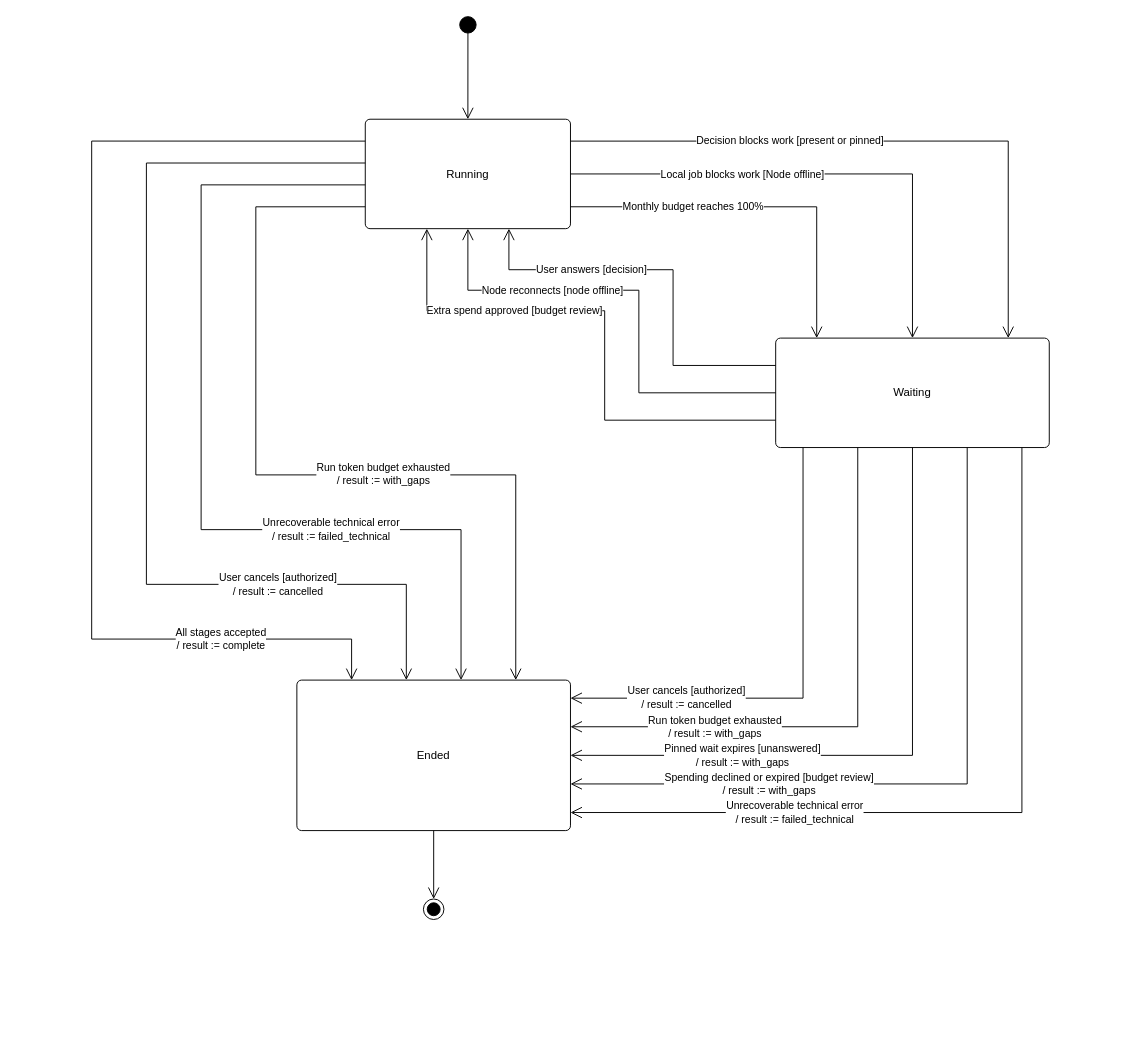
Before: page "Research Run Orchestration" (4 of 9) of diagrams/09-state-machine/State-Machine-Diagrams.drawio in openai-scientist/docs, a draw.io diagram. Source tidied: cells renumbered, new cells numbered last; positions are measured from the earlier drawing's top-left corner, leaving out a move shared by most shapes. Both pictures are drawn from the tidied source at 95%, with x=0, y=0 at pixel (91, 16).
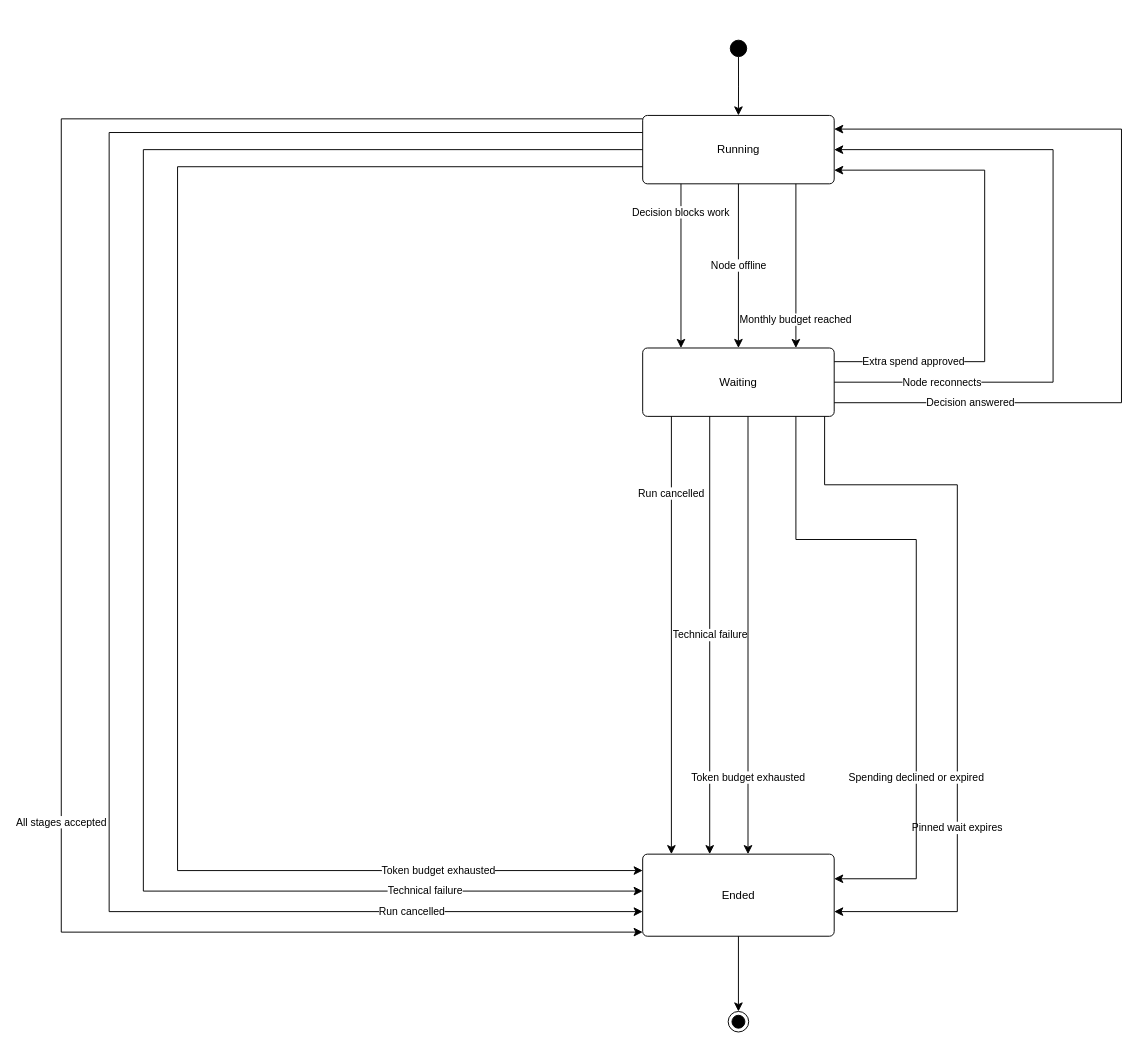
The same diagram, later.

The edit, as a diff of the source:
```diff
@@
     <mxCell id="2" style="html=1;fontFamily=Arial;fontColor=#000000;strokeColor=#000000;fillColor=#ffffff;strokeWidth=1;ellipse;fillColor=#000000;fontSize=12;" parent="1" vertex="1">
-      <mxGeometry x="387.4" width="17.3" height="17.3" as="geometry" />
+      <mxGeometry x="672.2" y="24.8" width="17.3" height="17.3" as="geometry" />
     </mxCell>
     <mxCell id="3" value="Running" style="html=1;fontFamily=Arial;fontColor=#000000;strokeColor=#000000;fillColor=#ffffff;strokeWidth=1;rounded=1;absoluteArcSize=1;arcSize=10;whiteSpace=wrap;fontSize=12;" parent="1" vertex="1">
-      <mxGeometry x="288" y="108" width="216" height="115.2" as="geometry" />
+      <mxGeometry x="580" y="104" width="201.6" height="72" as="geometry" />
     </mxCell>
     <mxCell id="4" value="Waiting" style="html=1;fontFamily=Arial;fontColor=#000000;strokeColor=#000000;fillColor=#ffffff;strokeWidth=1;rounded=1;absoluteArcSize=1;arcSize=10;whiteSpace=wrap;fontSize=12;" parent="1" vertex="1">
-      <mxGeometry x="720" y="338.4" width="288" height="115.2" as="geometry" />
+      <mxGeometry x="580" y="348.8" width="201.6" height="72" as="geometry" />
     </mxCell>
     <mxCell id="5" value="Ended" style="html=1;fontFamily=Arial;fontColor=#000000;strokeColor=#000000;fillColor=#ffffff;strokeWidth=1;rounded=1;absoluteArcSize=1;arcSize=10;whiteSpace=wrap;fontSize=12;" parent="1" vertex="1">
-      <mxGeometry x="216" y="698.4" width="288" height="158.4" as="geometry" />
+      <mxGeometry x="580" y="881.6" width="201.6" height="86.4" as="geometry" />
     </mxCell>
     <mxCell id="6" style="html=1;fontFamily=Arial;fontColor=#000000;strokeColor=#000000;fillColor=#ffffff;strokeWidth=1;ellipse;shape=endState;fillColor=#000000;fontSize=12;" parent="1" vertex="1">
-      <mxGeometry x="349.2" y="928.8" width="21.6" height="21.6" as="geometry" />
+      <mxGeometry x="670" y="1047.2" width="21.6" height="21.6" as="geometry" />
     </mxCell>
-    <mxCell id="7" style="html=1;fontFamily=Arial;fontColor=#000000;strokeColor=#000000;fillColor=#ffffff;strokeWidth=1;edgeStyle=orthogonalEdgeStyle;rounded=0;jettySize=auto;endArrow=open;endSize=10;endFill=0;dashed=0;labelBackgroundColor=#ffffff;align=center;verticalAlign=middle;exitX=0.5;exitY=1;entryX=0.5;entryY=0;exitPerimeter=1;entryPerimeter=1;fontSize=11;" parent="1" edge="1" source="2" target="3">
+    <mxCell id="7" style="html=1;fontFamily=Arial;fontColor=#000000;strokeColor=#000000;fillColor=#ffffff;strokeWidth=1;edgeStyle=orthogonalEdgeStyle;rounded=0;jettySize=auto;endArrow=classic;endSize=7;endFill=1;dashed=0;labelBackgroundColor=#ffffff;align=center;verticalAlign=middle;exitX=0.5;exitY=1;entryX=0.5;entryY=0;exitPerimeter=1;entryPerimeter=1;fontSize=11;" parent="1" edge="1" source="2" target="3">
       <mxGeometry relative="1" as="geometry" />
     </mxCell>
-    <mxCell id="8" value="Decision blocks work [present or pinned]" style="html=1;fontFamily=Arial;fontColor=#000000;strokeColor=#000000;fillColor=#ffffff;strokeWidth=1;edgeStyle=orthogonalEdgeStyle;rounded=0;jettySize=auto;endArrow=open;endSize=10;endFill=0;dashed=0;labelBackgroundColor=#ffffff;align=center;verticalAlign=middle;exitX=1;exitY=0.2;entryX=0.85;entryY=0;exitPerimeter=1;entryPerimeter=1;fontSize=11;" parent="1" edge="1" source="3" target="4">
-      <mxGeometry x="-0.31" relative="1" as="geometry">
-        <Array as="points">
-          <mxPoint x="964.8" y="131" />
-        </Array>
-      </mxGeometry>
+    <mxCell id="8" value="Decision blocks work" style="html=1;fontFamily=Arial;fontColor=#000000;strokeColor=#000000;fillColor=#ffffff;strokeWidth=1;edgeStyle=orthogonalEdgeStyle;rounded=0;jettySize=auto;endArrow=classic;endSize=7;endFill=1;dashed=0;labelBackgroundColor=#ffffff;align=center;verticalAlign=middle;exitX=0.2;exitY=1;entryX=0.2;entryY=0;exitPerimeter=1;entryPerimeter=1;fontSize=11;" parent="1" edge="1" source="3" target="4">
+      <mxGeometry x="-0.65" relative="1" as="geometry" />
     </mxCell>
-    <mxCell id="9" value="Local job blocks work [Node offline]" style="html=1;fontFamily=Arial;fontColor=#000000;strokeColor=#000000;fillColor=#ffffff;strokeWidth=1;edgeStyle=orthogonalEdgeStyle;rounded=0;jettySize=auto;endArrow=open;endSize=10;endFill=0;dashed=0;labelBackgroundColor=#ffffff;align=center;verticalAlign=middle;exitX=1;exitY=0.5;entryX=0.5;entryY=0;exitPerimeter=1;entryPerimeter=1;fontSize=11;" parent="1" edge="1" source="3" target="4">
-      <mxGeometry x="-0.32" relative="1" as="geometry">
-        <Array as="points">
-          <mxPoint x="864" y="165.6" />
-        </Array>
-      </mxGeometry>
+    <mxCell id="9" value="Node offline" style="html=1;fontFamily=Arial;fontColor=#000000;strokeColor=#000000;fillColor=#ffffff;strokeWidth=1;edgeStyle=orthogonalEdgeStyle;rounded=0;jettySize=auto;endArrow=classic;endSize=7;endFill=1;dashed=0;labelBackgroundColor=#ffffff;align=center;verticalAlign=middle;exitX=0.5;exitY=1;entryX=0.5;entryY=0;exitPerimeter=1;entryPerimeter=1;fontSize=11;" parent="1" edge="1" source="3" target="4">
+      <mxGeometry relative="1" as="geometry" />
     </mxCell>
-    <mxCell id="10" value="Monthly budget reaches 100%" style="html=1;fontFamily=Arial;fontColor=#000000;strokeColor=#000000;fillColor=#ffffff;strokeWidth=1;edgeStyle=orthogonalEdgeStyle;rounded=0;jettySize=auto;endArrow=open;endSize=10;endFill=0;dashed=0;labelBackgroundColor=#ffffff;align=center;verticalAlign=middle;exitX=1;exitY=0.8;entryX=0.15;entryY=0;exitPerimeter=1;entryPerimeter=1;fontSize=11;" parent="1" edge="1" source="3" target="4">
-      <mxGeometry x="-0.35" relative="1" as="geometry">
-        <Array as="points">
-          <mxPoint x="763.2" y="200.2" />
-        </Array>
-      </mxGeometry>
+    <mxCell id="10" value="Monthly budget reached" style="html=1;fontFamily=Arial;fontColor=#000000;strokeColor=#000000;fillColor=#ffffff;strokeWidth=1;edgeStyle=orthogonalEdgeStyle;rounded=0;jettySize=auto;endArrow=classic;endSize=7;endFill=1;dashed=0;labelBackgroundColor=#ffffff;align=center;verticalAlign=middle;exitX=0.8;exitY=1;entryX=0.8;entryY=0;exitPerimeter=1;entryPerimeter=1;fontSize=11;" parent="1" edge="1" source="3" target="4">
+      <mxGeometry x="0.65" relative="1" as="geometry" />
     </mxCell>
-    <mxCell id="11" value="User answers [decision]" style="html=1;fontFamily=Arial;fontColor=#000000;strokeColor=#000000;fillColor=#ffffff;strokeWidth=1;edgeStyle=orthogonalEdgeStyle;rounded=0;jettySize=auto;endArrow=open;endSize=10;endFill=0;dashed=0;labelBackgroundColor=#ffffff;align=center;verticalAlign=middle;exitX=0;exitY=0.25;entryX=0.7;entryY=1;exitPerimeter=1;entryPerimeter=1;fontSize=11;" parent="1" edge="1" source="4" target="3">
-      <mxGeometry x="0.39" relative="1" as="geometry">
+    <mxCell id="11" value="Decision answered" style="html=1;fontFamily=Arial;fontColor=#000000;strokeColor=#000000;fillColor=#ffffff;strokeWidth=1;edgeStyle=orthogonalEdgeStyle;rounded=0;jettySize=auto;endArrow=classic;endSize=7;endFill=1;dashed=0;labelBackgroundColor=#ffffff;align=center;verticalAlign=middle;exitX=1;exitY=0.8;entryX=1;entryY=0.2;exitPerimeter=1;entryPerimeter=1;fontSize=11;" parent="1" edge="1" source="4" target="3">
+      <mxGeometry x="-0.68" relative="1" as="geometry">
         <Array as="points">
-          <mxPoint x="612" y="367.2" />
-          <mxPoint x="612" y="266.4" />
-          <mxPoint x="439.2" y="266.4" />
+          <mxPoint x="1084" y="406.4" />
+          <mxPoint x="1084" y="118.4" />
         </Array>
       </mxGeometry>
     </mxCell>
-    <mxCell id="12" value="Node reconnects [node offline]" style="html=1;fontFamily=Arial;fontColor=#000000;strokeColor=#000000;fillColor=#ffffff;strokeWidth=1;edgeStyle=orthogonalEdgeStyle;rounded=0;jettySize=auto;endArrow=open;endSize=10;endFill=0;dashed=0;labelBackgroundColor=#ffffff;align=center;verticalAlign=middle;exitX=0;exitY=0.5;entryX=0.5;entryY=1;exitPerimeter=1;entryPerimeter=1;fontSize=11;" parent="1" edge="1" source="4" target="3">
-      <mxGeometry x="0.38" relative="1" as="geometry">
+    <mxCell id="12" value="Node reconnects" style="html=1;fontFamily=Arial;fontColor=#000000;strokeColor=#000000;fillColor=#ffffff;strokeWidth=1;edgeStyle=orthogonalEdgeStyle;rounded=0;jettySize=auto;endArrow=classic;endSize=7;endFill=1;dashed=0;labelBackgroundColor=#ffffff;align=center;verticalAlign=middle;exitX=1;exitY=0.5;entryX=1;entryY=0.5;exitPerimeter=1;entryPerimeter=1;fontSize=11;" parent="1" edge="1" source="4" target="3">
+      <mxGeometry x="-0.68" relative="1" as="geometry">
         <Array as="points">
-          <mxPoint x="576" y="396" />
-          <mxPoint x="576" y="288" />
-          <mxPoint x="396" y="288" />
+          <mxPoint x="1012" y="384.8" />
+          <mxPoint x="1012" y="140" />
         </Array>
       </mxGeometry>
     </mxCell>
-    <mxCell id="13" value="Extra spend approved [budget review]" style="html=1;fontFamily=Arial;fontColor=#000000;strokeColor=#000000;fillColor=#ffffff;strokeWidth=1;edgeStyle=orthogonalEdgeStyle;rounded=0;jettySize=auto;endArrow=open;endSize=10;endFill=0;dashed=0;labelBackgroundColor=#ffffff;align=center;verticalAlign=middle;exitX=0;exitY=0.75;entryX=0.3;entryY=1;exitPerimeter=1;entryPerimeter=1;fontSize=11;" parent="1" edge="1" source="4" target="3">
-      <mxGeometry x="0.37" relative="1" as="geometry">
+    <mxCell id="13" value="Extra spend approved" style="html=1;fontFamily=Arial;fontColor=#000000;strokeColor=#000000;fillColor=#ffffff;strokeWidth=1;edgeStyle=orthogonalEdgeStyle;rounded=0;jettySize=auto;endArrow=classic;endSize=7;endFill=1;dashed=0;labelBackgroundColor=#ffffff;align=center;verticalAlign=middle;exitX=1;exitY=0.2;entryX=1;entryY=0.8;exitPerimeter=1;entryPerimeter=1;fontSize=11;" parent="1" edge="1" source="4" target="3">
+      <mxGeometry x="-0.68" relative="1" as="geometry">
         <Array as="points">
-          <mxPoint x="540" y="424.8" />
-          <mxPoint x="540" y="309.6" />
-          <mxPoint x="352.8" y="309.6" />
+          <mxPoint x="940" y="363.2" />
+          <mxPoint x="940" y="161.6" />
         </Array>
       </mxGeometry>
     </mxCell>
-    <mxCell id="14" value="All stages accepted&#10;/ result := complete" style="html=1;fontFamily=Arial;fontColor=#000000;strokeColor=#000000;fillColor=#ffffff;strokeWidth=1;edgeStyle=orthogonalEdgeStyle;rounded=0;jettySize=auto;endArrow=open;endSize=10;endFill=0;dashed=0;labelBackgroundColor=#ffffff;align=center;verticalAlign=middle;exitX=0;exitY=0.2;entryX=0.2;entryY=0;exitPerimeter=1;entryPerimeter=1;fontSize=11;" parent="1" edge="1" source="3" target="5">
-      <mxGeometry x="0.68" relative="1" as="geometry">
+    <mxCell id="14" value="All stages accepted" style="html=1;fontFamily=Arial;fontColor=#000000;strokeColor=#000000;fillColor=#ffffff;strokeWidth=1;edgeStyle=orthogonalEdgeStyle;rounded=0;jettySize=auto;endArrow=classic;endSize=7;endFill=1;dashed=0;labelBackgroundColor=#ffffff;align=center;verticalAlign=middle;exitX=0;exitY=0.05;entryX=0;entryY=0.95;exitPerimeter=1;entryPerimeter=1;fontSize=11;" parent="1" edge="1" source="3" target="5">
+      <mxGeometry x="0.3" relative="1" as="geometry">
         <Array as="points">
-          <mxPoint y="131" />
-          <mxPoint y="655.2" />
-          <mxPoint x="273.6" y="655.2" />
+          <mxPoint x="-32" y="107.6" />
+          <mxPoint x="-32" y="963.7" />
         </Array>
       </mxGeometry>
     </mxCell>
-    <mxCell id="15" value="User cancels [authorized]&#10;/ result := cancelled" style="html=1;fontFamily=Arial;fontColor=#000000;strokeColor=#000000;fillColor=#ffffff;strokeWidth=1;edgeStyle=orthogonalEdgeStyle;rounded=0;jettySize=auto;endArrow=open;endSize=10;endFill=0;dashed=0;labelBackgroundColor=#ffffff;align=center;verticalAlign=middle;exitX=0;exitY=0.4;entryX=0.4;entryY=0;exitPerimeter=1;entryPerimeter=1;fontSize=11;" parent="1" edge="1" source="3" target="5">
-      <mxGeometry x="0.55" relative="1" as="geometry">
-        <Array as="points">
-          <mxPoint x="57.6" y="154.1" />
-          <mxPoint x="57.6" y="597.6" />
-          <mxPoint x="331.2" y="597.6" />
-        </Array>
-      </mxGeometry>
-    </mxCell>
-    <mxCell id="16" value="Unrecoverable technical error&#10;/ result := failed_technical" style="html=1;fontFamily=Arial;fontColor=#000000;strokeColor=#000000;fillColor=#ffffff;strokeWidth=1;edgeStyle=orthogonalEdgeStyle;rounded=0;jettySize=auto;endArrow=open;endSize=10;endFill=0;dashed=0;labelBackgroundColor=#ffffff;align=center;verticalAlign=middle;exitX=0;exitY=0.6;entryX=0.6;entryY=0;exitPerimeter=1;entryPerimeter=1;fontSize=11;" parent="1" edge="1" source="3" target="5">
-      <mxGeometry x="0.39" relative="1" as="geometry">
-        <Array as="points">
-          <mxPoint x="115.2" y="177.1" />
-          <mxPoint x="115.2" y="540" />
-          <mxPoint x="388.8" y="540" />
-        </Array>
-      </mxGeometry>
-    </mxCell>
-    <mxCell id="17" value="Run token budget exhausted&#10;/ result := with_gaps" style="html=1;fontFamily=Arial;fontColor=#000000;strokeColor=#000000;fillColor=#ffffff;strokeWidth=1;edgeStyle=orthogonalEdgeStyle;rounded=0;jettySize=auto;endArrow=open;endSize=10;endFill=0;dashed=0;labelBackgroundColor=#ffffff;align=center;verticalAlign=middle;exitX=0;exitY=0.8;entryX=0.8;entryY=0;exitPerimeter=1;entryPerimeter=1;fontSize=11;" parent="1" edge="1" source="3" target="5">
-      <mxGeometry x="0.2" relative="1" as="geometry">
-        <Array as="points">
-          <mxPoint x="172.8" y="200.2" />
-          <mxPoint x="172.8" y="482.4" />
-          <mxPoint x="446.4" y="482.4" />
-        </Array>
-      </mxGeometry>
-    </mxCell>
-    <mxCell id="18" value="User cancels [authorized]&#10;/ result := cancelled" style="html=1;fontFamily=Arial;fontColor=#000000;strokeColor=#000000;fillColor=#ffffff;strokeWidth=1;edgeStyle=orthogonalEdgeStyle;rounded=0;jettySize=auto;endArrow=open;endSize=10;endFill=0;dashed=0;labelBackgroundColor=#ffffff;align=center;verticalAlign=middle;exitX=0.1;exitY=1;entryX=1;entryY=0.12;exitPerimeter=1;entryPerimeter=1;fontSize=11;" parent="1" edge="1" source="4" target="5">
-      <mxGeometry x="0.52" relative="1" as="geometry">
-        <Array as="points">
-          <mxPoint x="748.8" y="717.4" />
-        </Array>
-      </mxGeometry>
-    </mxCell>
-    <mxCell id="19" value="Run token budget exhausted&#10;/ result := with_gaps" style="html=1;fontFamily=Arial;fontColor=#000000;strokeColor=#000000;fillColor=#ffffff;strokeWidth=1;edgeStyle=orthogonalEdgeStyle;rounded=0;jettySize=auto;endArrow=open;endSize=10;endFill=0;dashed=0;labelBackgroundColor=#ffffff;align=center;verticalAlign=middle;exitX=0.30000000000000004;exitY=1;entryX=1;entryY=0.31;exitPerimeter=1;entryPerimeter=1;fontSize=11;" parent="1" edge="1" source="4" target="5">
-      <mxGeometry x="0.49" relative="1" as="geometry">
-        <Array as="points">
-          <mxPoint x="806.4" y="747.5" />
-        </Array>
-      </mxGeometry>
-    </mxCell>
-    <mxCell id="20" value="Pinned wait expires [unanswered]&#10;/ result := with_gaps" style="html=1;fontFamily=Arial;fontColor=#000000;strokeColor=#000000;fillColor=#ffffff;strokeWidth=1;edgeStyle=orthogonalEdgeStyle;rounded=0;jettySize=auto;endArrow=open;endSize=10;endFill=0;dashed=0;labelBackgroundColor=#ffffff;align=center;verticalAlign=middle;exitX=0.5;exitY=1;entryX=1;entryY=0.5;exitPerimeter=1;entryPerimeter=1;fontSize=11;" parent="1" edge="1" source="4" target="5">
-      <mxGeometry x="0.47" relative="1" as="geometry">
+    <mxCell id="20" value="Pinned wait expires" style="html=1;fontFamily=Arial;fontColor=#000000;strokeColor=#000000;fillColor=#ffffff;strokeWidth=1;edgeStyle=orthogonalEdgeStyle;rounded=0;jettySize=auto;endArrow=classic;endSize=7;endFill=1;dashed=0;labelBackgroundColor=#ffffff;align=center;verticalAlign=middle;exitX=0.95;exitY=1;entryX=1;entryY=0.7;exitPerimeter=1;entryPerimeter=1;fontSize=11;" parent="1" edge="1" source="4" target="5">
+      <mxGeometry x="0.45" relative="1" as="geometry">
         <Array as="points">
-          <mxPoint x="864" y="777.6" />
+          <mxPoint x="771.5" y="492.8" />
+          <mxPoint x="911.2" y="492.8" />
+          <mxPoint x="911.2" y="942.1" />
         </Array>
       </mxGeometry>
     </mxCell>
-    <mxCell id="21" value="Spending declined or expired [budget review]&#10;/ result := with_gaps" style="html=1;fontFamily=Arial;fontColor=#000000;strokeColor=#000000;fillColor=#ffffff;strokeWidth=1;edgeStyle=orthogonalEdgeStyle;rounded=0;jettySize=auto;endArrow=open;endSize=10;endFill=0;dashed=0;labelBackgroundColor=#ffffff;align=center;verticalAlign=middle;exitX=0.7000000000000001;exitY=1;entryX=1;entryY=0.6900000000000001;exitPerimeter=1;entryPerimeter=1;fontSize=11;" parent="1" edge="1" source="4" target="5">
-      <mxGeometry x="0.46" relative="1" as="geometry">
+    <mxCell id="21" value="Spending declined or expired" style="html=1;fontFamily=Arial;fontColor=#000000;strokeColor=#000000;fillColor=#ffffff;strokeWidth=1;edgeStyle=orthogonalEdgeStyle;rounded=0;jettySize=auto;endArrow=classic;endSize=7;endFill=1;dashed=0;labelBackgroundColor=#ffffff;align=center;verticalAlign=middle;exitX=0.8;exitY=1;entryX=1;entryY=0.3;exitPerimeter=1;entryPerimeter=1;fontSize=11;" parent="1" edge="1" source="4" target="5">
+      <mxGeometry x="0.45" relative="1" as="geometry">
         <Array as="points">
-          <mxPoint x="921.6" y="807.7" />
+          <mxPoint x="741.3" y="550.4" />
+          <mxPoint x="868" y="550.4" />
+          <mxPoint x="868" y="907.5" />
         </Array>
       </mxGeometry>
     </mxCell>
-    <mxCell id="22" value="Unrecoverable technical error&#10;/ result := failed_technical" style="html=1;fontFamily=Arial;fontColor=#000000;strokeColor=#000000;fillColor=#ffffff;strokeWidth=1;edgeStyle=orthogonalEdgeStyle;rounded=0;jettySize=auto;endArrow=open;endSize=10;endFill=0;dashed=0;labelBackgroundColor=#ffffff;align=center;verticalAlign=middle;exitX=0.9;exitY=1;entryX=1;entryY=0.88;exitPerimeter=1;entryPerimeter=1;fontSize=11;" parent="1" edge="1" source="4" target="5">
-      <mxGeometry x="0.45" relative="1" as="geometry">
-        <Array as="points">
-          <mxPoint x="979.2" y="837.8" />
-        </Array>
-      </mxGeometry>
-    </mxCell>
-    <mxCell id="23" style="html=1;fontFamily=Arial;fontColor=#000000;strokeColor=#000000;fillColor=#ffffff;strokeWidth=1;edgeStyle=orthogonalEdgeStyle;rounded=0;jettySize=auto;endArrow=open;endSize=10;endFill=0;dashed=0;labelBackgroundColor=#ffffff;align=center;verticalAlign=middle;exitX=0.5;exitY=1;entryX=0.5;entryY=0;exitPerimeter=1;entryPerimeter=1;fontSize=11;" parent="1" edge="1" source="5" target="6">
+    <mxCell id="23" style="html=1;fontFamily=Arial;fontColor=#000000;strokeColor=#000000;fillColor=#ffffff;strokeWidth=1;edgeStyle=orthogonalEdgeStyle;rounded=0;jettySize=auto;endArrow=classic;endSize=7;endFill=1;dashed=0;labelBackgroundColor=#ffffff;align=center;verticalAlign=middle;exitX=0.5;exitY=1;entryX=0.5;entryY=0;exitPerimeter=1;entryPerimeter=1;fontSize=11;" parent="1" edge="1" source="5" target="6">
       <mxGeometry relative="1" as="geometry" />
     </mxCell>
+    <mxCell id="24" value="Run cancelled" style="html=1;fontFamily=Arial;fontColor=#000000;strokeColor=#000000;fillColor=#ffffff;strokeWidth=1;edgeStyle=orthogonalEdgeStyle;rounded=0;endArrow=classic;endSize=7;endFill=1;labelBackgroundColor=#ffffff;exitX=0;exitY=0.25;entryX=0;entryY=0.7;exitPerimeter=1;entryPerimeter=1;fontSize=11;" parent="1" edge="1" source="3" target="5">
+      <mxGeometry x="0.75" relative="1" as="geometry">
+        <Array as="points">
+          <mxPoint x="18.4" y="122" />
+          <mxPoint x="18.4" y="942.1" />
+        </Array>
+      </mxGeometry>
+    </mxCell>
+    <mxCell id="25" value="Run cancelled" style="html=1;fontFamily=Arial;fontColor=#000000;strokeColor=#000000;fillColor=#ffffff;strokeWidth=1;edgeStyle=orthogonalEdgeStyle;rounded=0;endArrow=classic;endSize=7;endFill=1;labelBackgroundColor=#ffffff;exitX=0.15;exitY=1;entryX=0.15;entryY=0;exitPerimeter=1;entryPerimeter=1;fontSize=11;" parent="1" edge="1" source="4" target="5">
+      <mxGeometry x="-0.65" relative="1" as="geometry" />
+    </mxCell>
+    <mxCell id="26" value="Technical failure" style="html=1;fontFamily=Arial;fontColor=#000000;strokeColor=#000000;fillColor=#ffffff;strokeWidth=1;edgeStyle=orthogonalEdgeStyle;rounded=0;endArrow=classic;endSize=7;endFill=1;labelBackgroundColor=#ffffff;exitX=0;exitY=0.5;entryX=0;entryY=0.44999999999999996;exitPerimeter=1;entryPerimeter=1;fontSize=11;" parent="1" edge="1" source="3" target="5">
+      <mxGeometry x="0.75" relative="1" as="geometry">
+        <Array as="points">
+          <mxPoint x="54.4" y="140" />
+          <mxPoint x="54.4" y="920.5" />
+        </Array>
+      </mxGeometry>
+    </mxCell>
+    <mxCell id="27" value="Technical failure" style="html=1;fontFamily=Arial;fontColor=#000000;strokeColor=#000000;fillColor=#ffffff;strokeWidth=1;edgeStyle=orthogonalEdgeStyle;rounded=0;endArrow=classic;endSize=7;endFill=1;labelBackgroundColor=#ffffff;exitX=0.35;exitY=1;entryX=0.35;entryY=0;exitPerimeter=1;entryPerimeter=1;fontSize=11;" parent="1" edge="1" source="4" target="5">
+      <mxGeometry relative="1" as="geometry" />
+    </mxCell>
+    <mxCell id="28" value="Token budget exhausted" style="html=1;fontFamily=Arial;fontColor=#000000;strokeColor=#000000;fillColor=#ffffff;strokeWidth=1;edgeStyle=orthogonalEdgeStyle;rounded=0;endArrow=classic;endSize=7;endFill=1;labelBackgroundColor=#ffffff;exitX=0;exitY=0.75;entryX=0;entryY=0.19999999999999996;exitPerimeter=1;entryPerimeter=1;fontSize=11;" parent="1" edge="1" source="3" target="5">
+      <mxGeometry x="0.75" relative="1" as="geometry">
+        <Array as="points">
+          <mxPoint x="90.4" y="158" />
+          <mxPoint x="90.4" y="898.9" />
+        </Array>
+      </mxGeometry>
+    </mxCell>
+    <mxCell id="29" value="Token budget exhausted" style="html=1;fontFamily=Arial;fontColor=#000000;strokeColor=#000000;fillColor=#ffffff;strokeWidth=1;edgeStyle=orthogonalEdgeStyle;rounded=0;endArrow=classic;endSize=7;endFill=1;labelBackgroundColor=#ffffff;exitX=0.55;exitY=1;entryX=0.55;entryY=0;exitPerimeter=1;entryPerimeter=1;fontSize=11;" parent="1" edge="1" source="4" target="5">
+      <mxGeometry x="0.65" relative="1" as="geometry" />
+    </mxCell>
```
